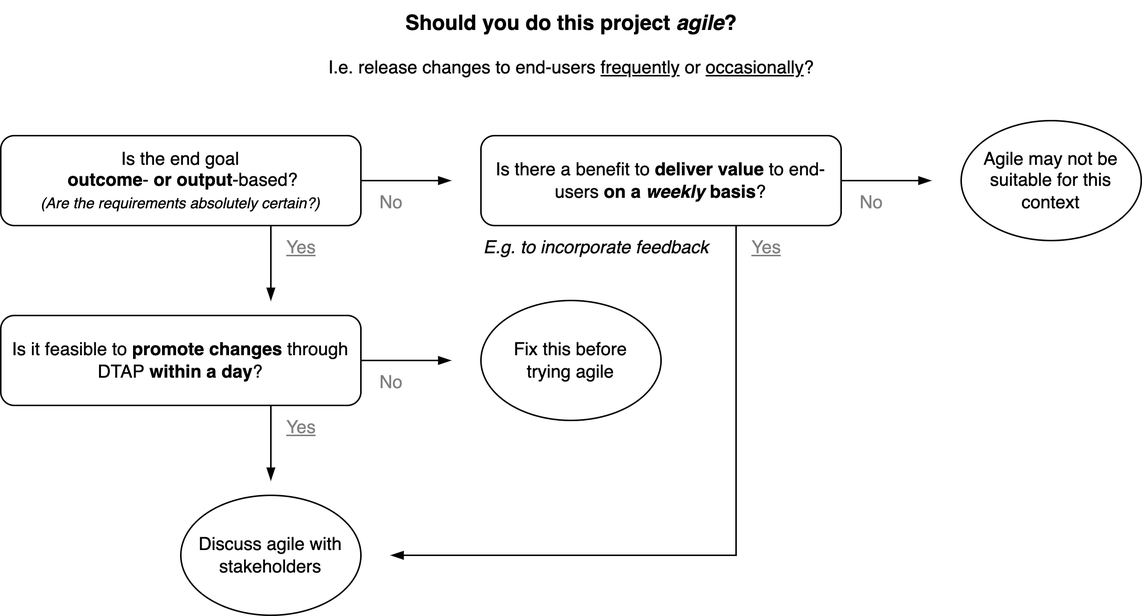
Before: img/choosing-agile.png, a diagram exported from draw.io (voschezang/coding-handbook). Source tidied: cells renumbered, new cells last; positions are measured from the earlier drawing's top-left corner, leaving out a move shared by most shapes.
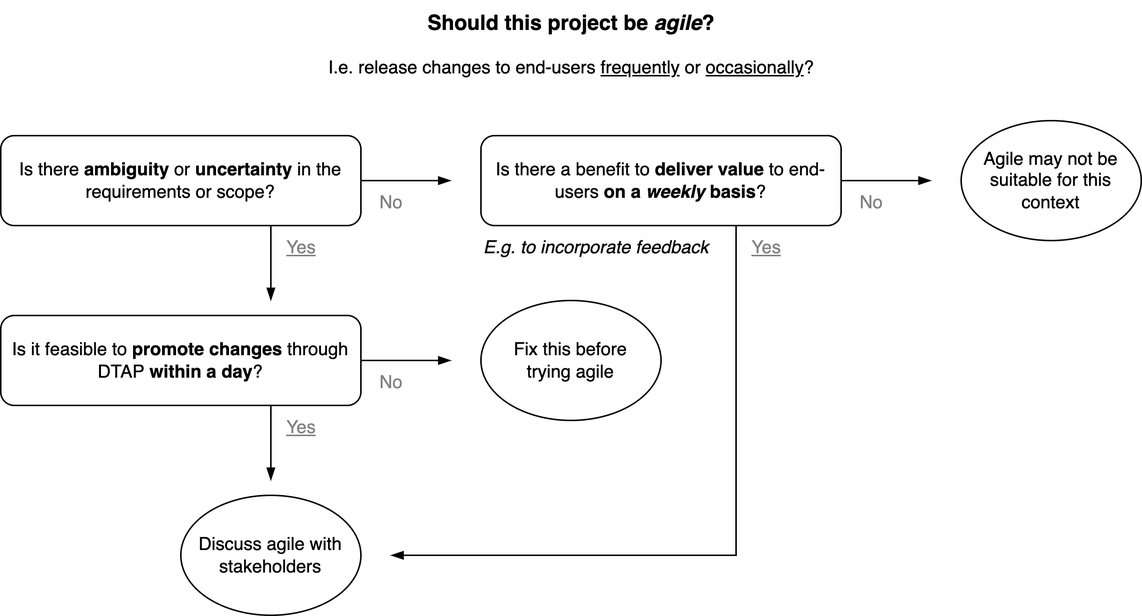
The same diagram one commit later.

The edit, as a diff of the source:
```diff
@@ -13,11 +13,11 @@
         <mxPoint x="300" y="120" as="targetPoint" />
       </mxGeometry>
     </mxCell>
-    <mxCell id="4" value="Is the end goal&lt;br&gt;&amp;nbsp;&lt;b&gt;outcome&lt;/b&gt;- &lt;b&gt;or&lt;/b&gt; &lt;b&gt;output&lt;/b&gt;-based?&lt;br&gt;&lt;font style=&quot;font-size: 10px;&quot;&gt;&lt;i&gt;(Are the requirements absolutely certain?)&lt;/i&gt;&lt;/font&gt;" style="rounded=1;whiteSpace=wrap;html=1;" parent="1" vertex="1">
+    <mxCell id="4" value="Is there &lt;b&gt;ambiguity&lt;/b&gt; or &lt;b&gt;uncertainty&lt;/b&gt; in the requirements or scope?" style="rounded=1;whiteSpace=wrap;html=1;" parent="1" vertex="1">
       <mxGeometry y="90" width="240" height="60" as="geometry" />
     </mxCell>
-    <mxCell id="5" value="Should you do this project &lt;i style=&quot;font-size: 14px;&quot;&gt;agile&lt;/i&gt;?" style="text;html=1;align=center;verticalAlign=middle;strokeColor=none;fillColor=none;fontStyle=1;fontSize=14;" parent="1" vertex="1">
-      <mxGeometry x="260" width="240" height="30" as="geometry" />
+    <mxCell id="5" value="Should this project be&amp;nbsp;&lt;i style=&quot;font-size: 14px;&quot;&gt;agile&lt;/i&gt;?" style="text;html=1;align=center;verticalAlign=middle;strokeColor=none;fillColor=none;fontStyle=1;fontSize=14;" parent="1" vertex="1">
+      <mxGeometry x="275" width="210" height="30" as="geometry" />
     </mxCell>
     <mxCell id="6" value="Is it feasible to &lt;b&gt;promote changes&lt;/b&gt; through DTAP &lt;b&gt;within a day&lt;/b&gt;?" style="rounded=1;whiteSpace=wrap;html=1;" parent="1" vertex="1">
       <mxGeometry y="210" width="240" height="60" as="geometry" />
```
